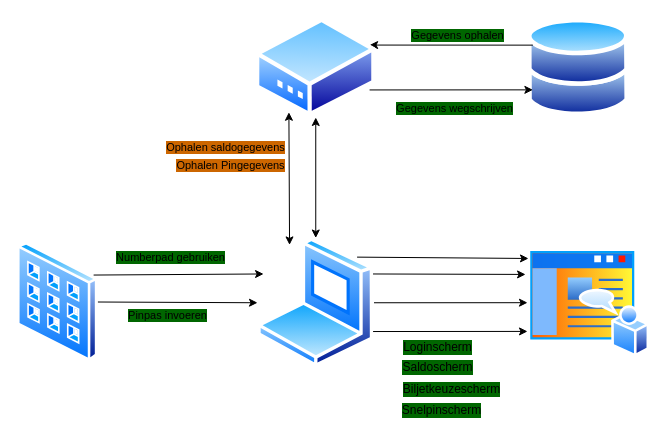
nerotruuv/3maalIsScheepsrecht keeps this draw.io diagram as ArduinoPrinter/Docs/progress.drawio. Above is the earlier version. Source tidied: cells renumbered, new cells numbered last; positions are measured from the earlier drawing's top-left corner, leaving out a move shared by most shapes. Both pictures are drawn from the tidied source at 100%, with x=0, y=0 at pixel (17, 17).
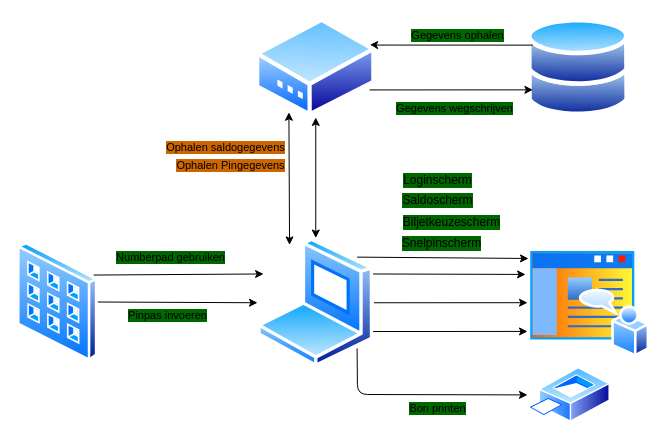
The same diagram, later.

Unchanged cells that the change refers to:
```xml
<mxCell id="12" style="perimeter=ellipsePerimeter;html=1;align=center;shadow=0;dashed=0;spacingTop=3;image;image=img/lib/active_directory/laptop_client.svg;" parent="1" vertex="1">
  <mxGeometry x="240" y="220.5" width="116.5" height="129.5" as="geometry" />
</mxCell>
```

What changed in the source:
```diff
@@
+    <mxCell id="27" style="edgeStyle=none;html=1;exitX=1;exitY=1;exitDx=0;exitDy=0;entryX=0;entryY=0.5;entryDx=0;entryDy=0;startArrow=none;startFill=0;endArrow=classic;endFill=1;" parent="1" edge="1" source="12" target="29">
+      <mxGeometry relative="1" as="geometry">
+        <Array as="points">
+          <mxPoint x="340" y="377" />
+        </Array>
+      </mxGeometry>
+    </mxCell>
+    <mxCell id="28" value="Bon printen" style="edgeLabel;html=1;align=center;verticalAlign=middle;labelBackgroundColor=#006600;" parent="27" vertex="1">
+      <mxGeometry x="-0.01" y="-1" relative="1" as="geometry">
+        <mxPoint x="19" y="12" as="offset" />
+      </mxGeometry>
+    </mxCell>
@@
     <mxCell id="23" value="Loginscherm&lt;br&gt;" style="text;html=1;align=center;verticalAlign=middle;strokeColor=none;fillColor=none;labelBackgroundColor=#006600;" parent="1" vertex="1">
-      <mxGeometry x="380" y="320.2" width="80" height="20" as="geometry" />
+      <mxGeometry x="380" y="153.2" width="80" height="20" as="geometry" />
     </mxCell>
     <mxCell id="24" value="Saldoscherm" style="text;html=1;align=center;verticalAlign=middle;strokeColor=none;fillColor=none;labelBackgroundColor=#006600;" parent="1" vertex="1">
-      <mxGeometry x="375" y="340" width="90" height="20" as="geometry" />
+      <mxGeometry x="375" y="173" width="90" height="20" as="geometry" />
     </mxCell>
     <mxCell id="25" value="Biljetkeuzescherm" style="text;html=1;align=center;verticalAlign=middle;strokeColor=none;fillColor=none;labelBackgroundColor=#006600;" parent="1" vertex="1">
-      <mxGeometry x="379" y="362" width="110" height="20" as="geometry" />
+      <mxGeometry x="379" y="195" width="110" height="20" as="geometry" />
     </mxCell>
     <mxCell id="26" value="Snelpinscherm" style="text;html=1;align=center;verticalAlign=middle;strokeColor=none;fillColor=none;labelBackgroundColor=#006600;" parent="1" vertex="1">
-      <mxGeometry x="379" y="383" width="90" height="20" as="geometry" />
+      <mxGeometry x="379" y="216" width="90" height="20" as="geometry" />
     </mxCell>
+    <mxCell id="29" style="perimeter=ellipsePerimeter;html=1;align=center;shadow=0;dashed=0;spacingTop=3;image;image=img/lib/active_directory/printer.svg;labelBackgroundColor=#006600;" parent="1" vertex="1">
+      <mxGeometry x="510" y="350" width="83" height="54.8" as="geometry" />
+    </mxCell>
```
